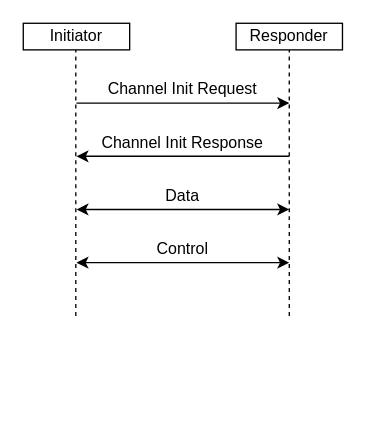
This is paper/figures/channel_protocol.drawio from hop-proto/hop-go, a draw.io file, before an edit. Source tidied: cells renumbered, new cells numbered last; positions are measured from the earlier drawing's top-left corner, leaving out a move shared by most shapes. Both pictures are drawn from the tidied source at 133%, with x=0, y=0 at pixel (23, 23).
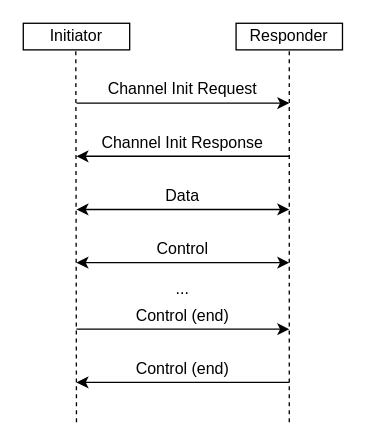
Above is the later version.

Commit message (it also covers changes not shown here):
describe channel fields some more

The change refers to these unchanged cells:
```xml
<mxCell id="3" value="Responder" style="rounded=0;whiteSpace=wrap;html=1;" parent="1" vertex="1">
  <mxGeometry x="160" width="80" height="20" as="geometry" />
</mxCell>
```

Change to the diagram source:
```diff
@@
     <mxCell id="4" style="endArrow=none;dashed=1;html=1;entryX=0.5;entryY=1;entryDx=0;entryDy=0;" parent="1" edge="1" target="3">
       <mxGeometry relative="1" as="geometry">
-        <mxPoint x="200" y="220" as="sourcePoint" />
+        <mxPoint x="200" y="300" as="sourcePoint" />
       </mxGeometry>
     </mxCell>
     <mxCell id="5" style="endArrow=none;dashed=1;html=1;entryX=0.5;entryY=1;entryDx=0;entryDy=0;" parent="1" edge="1">
       <mxGeometry relative="1" as="geometry">
-        <mxPoint x="39.5" y="220" as="sourcePoint" />
+        <mxPoint x="40" y="300" as="sourcePoint" />
         <mxPoint x="39.5" y="20" as="targetPoint" />
       </mxGeometry>
     </mxCell>
@@
+    <mxCell id="14" value="Control (end)" style="text;html=1;strokeColor=none;fillColor=none;align=center;verticalAlign=middle;whiteSpace=wrap;rounded=0;" parent="1" vertex="1">
+      <mxGeometry x="40" y="210" width="160" height="20" as="geometry" />
+    </mxCell>
+    <mxCell id="15" value="..." style="text;html=1;strokeColor=none;fillColor=none;align=center;verticalAlign=middle;whiteSpace=wrap;rounded=0;" parent="1" vertex="1">
+      <mxGeometry x="100" y="190" width="40" height="20" as="geometry" />
+    </mxCell>
+    <mxCell id="16" style="endArrow=classic;html=1;strokeWidth=1;entryX=1;entryY=1;entryDx=0;entryDy=0;exitX=0;exitY=1;exitDx=0;exitDy=0;" parent="1" edge="1" source="14" target="14">
+      <mxGeometry relative="1" as="geometry" />
+    </mxCell>
+    <mxCell id="17" style="endArrow=classic;html=1;strokeWidth=1;entryX=1;entryY=1;entryDx=0;entryDy=0;" parent="1" edge="1">
+      <mxGeometry relative="1" as="geometry">
+        <mxPoint x="200" y="270" as="sourcePoint" />
+        <mxPoint x="40" y="270" as="targetPoint" />
+      </mxGeometry>
+    </mxCell>
+    <mxCell id="18" value="Control (end)" style="text;html=1;strokeColor=none;fillColor=none;align=center;verticalAlign=middle;whiteSpace=wrap;rounded=0;" parent="1" vertex="1">
+      <mxGeometry x="40" y="250" width="160" height="20" as="geometry" />
+    </mxCell>
```
